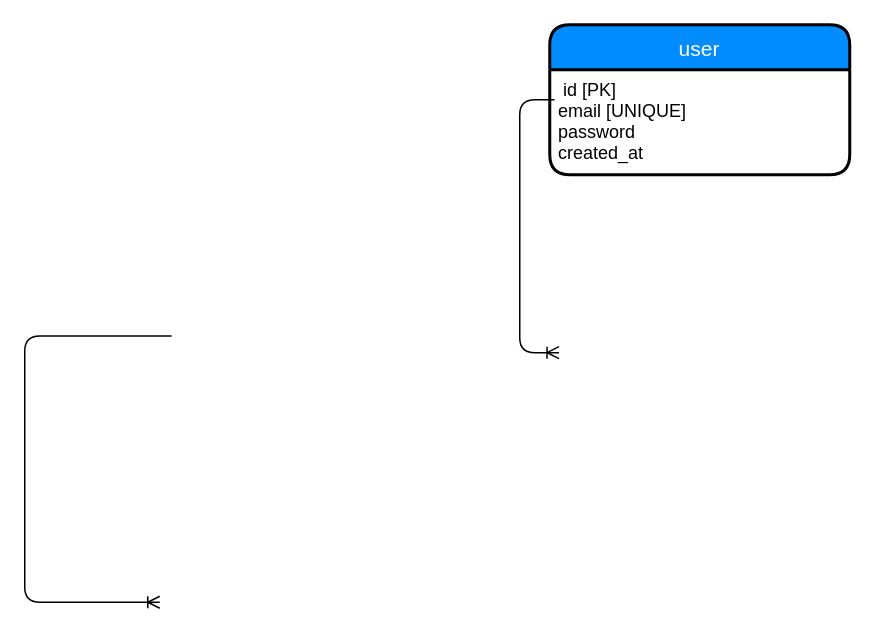
Above: document/db/db_er.dio in airi-i-1998/house-account-book (draw.io), before the change. Source tidied: cells renumbered, new cells numbered last; positions are measured from the earlier drawing's top-left corner, leaving out a move shared by most shapes. Both pictures are drawn from the tidied source at 150%, with x=0, y=0 at pixel (-2541, 24).
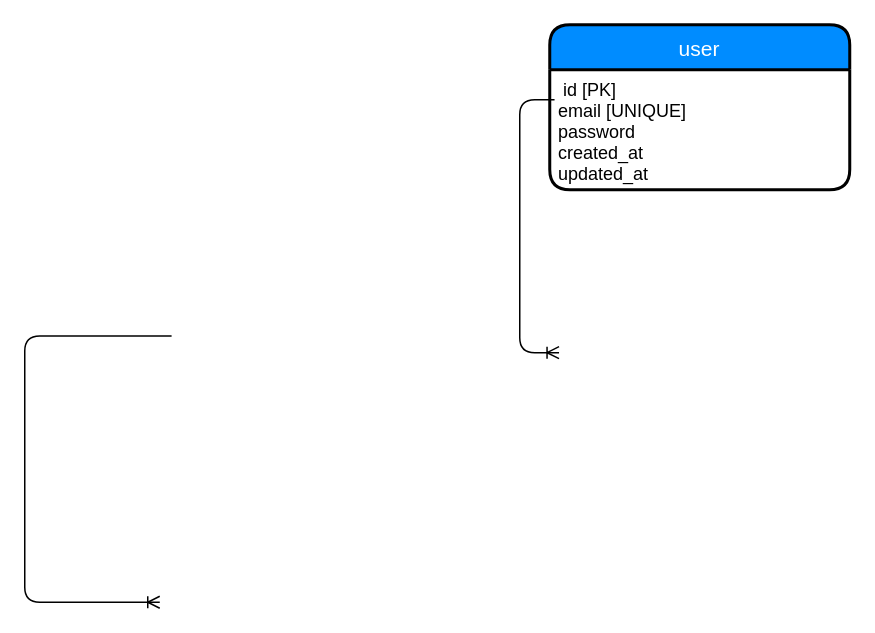
Above is the later version.

The edit, as a diff of the source:
```diff
@@
     <mxCell id="3" value="user" style="swimlane;horizontal=1;startSize=30;fillColor=#008cff;fontColor=#FFFFFF;rounded=1;fontSize=14;fontStyle=0;strokeWidth=2;shadow=0;dashed=0;align=center;" parent="1" vertex="1">
-      <mxGeometry x="2060" width="200" height="100" as="geometry" />
+      <mxGeometry x="2060" width="200" height="110" as="geometry" />
     </mxCell>
-    <mxCell id="4" value=" id [PK] &#10;email [UNIQUE]&#10;password&#10;created_at" style="align=left;strokeColor=none;fillColor=none;spacingLeft=4;fontSize=12;verticalAlign=top;" parent="3" vertex="1">
-      <mxGeometry y="30" width="200" height="70" as="geometry" />
+    <mxCell id="4" value=" id [PK] &#10;email [UNIQUE]&#10;password&#10;created_at&#10;updated_at&#10;" style="align=left;strokeColor=none;fillColor=none;spacingLeft=4;fontSize=12;verticalAlign=top;" parent="3" vertex="1">
+      <mxGeometry y="30" width="200" height="80" as="geometry" />
     </mxCell>
```
